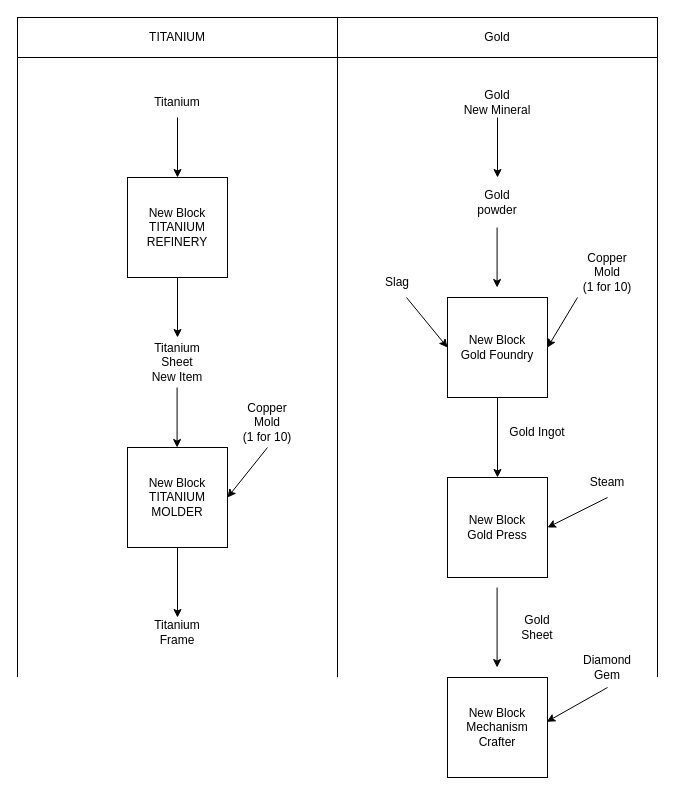
swisscookieman/MindustryMod keeps this draw.io diagram as mindustrymod.drawio. Above is the earlier version. Source tidied: cells renumbered, new cells numbered last; positions are measured from the earlier drawing's top-left corner, leaving out a move shared by most shapes. Both pictures are drawn from the tidied source at 100%, with x=0, y=0 at pixel (17, 17).
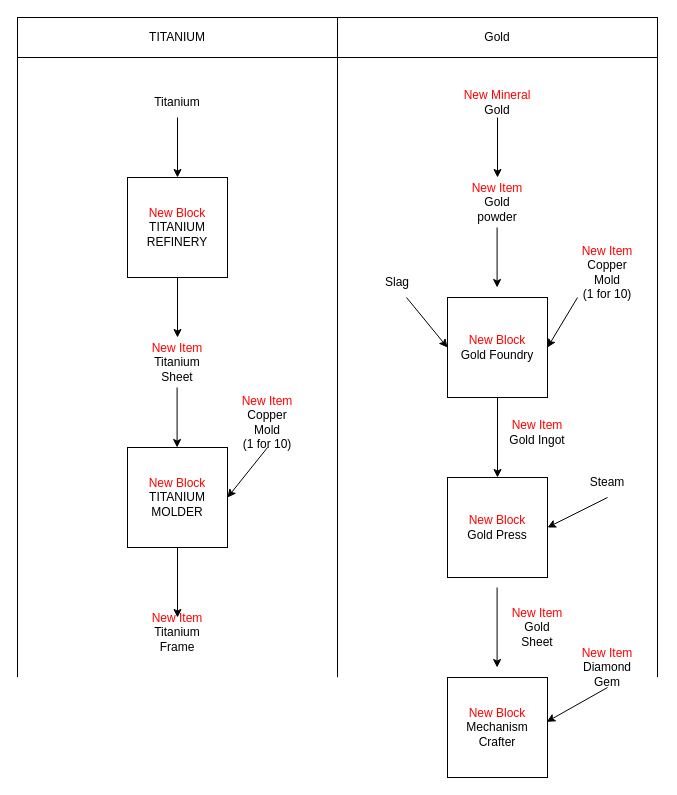
The same page after the edit.

Change to the diagram source:
```diff
@@
-    <mxCell id="7" value="New Block&lt;br&gt;TITANIUM&lt;br&gt;REFINERY" style="rounded=0;whiteSpace=wrap;html=1;" parent="1" vertex="1">
+    <mxCell id="7" value="&lt;font color=&quot;#ff0000&quot;&gt;New Block&lt;/font&gt;&lt;br&gt;TITANIUM&lt;br&gt;REFINERY" style="rounded=0;whiteSpace=wrap;html=1;" parent="1" vertex="1">
       <mxGeometry x="110" y="160" width="100" height="100" as="geometry" />
     </mxCell>
@@
-    <mxCell id="9" value="Titanium Sheet&lt;br&gt;New Item" style="text;html=1;strokeColor=none;fillColor=none;align=center;verticalAlign=middle;whiteSpace=wrap;rounded=0;" parent="1" vertex="1">
+    <mxCell id="9" value="&lt;font color=&quot;#ff0000&quot;&gt;New Item&lt;/font&gt;&lt;br&gt;Titanium Sheet" style="text;html=1;strokeColor=none;fillColor=none;align=center;verticalAlign=middle;whiteSpace=wrap;rounded=0;" parent="1" vertex="1">
       <mxGeometry x="130" y="330" width="60" height="30" as="geometry" />
     </mxCell>
@@
-    <mxCell id="11" value="New Block&lt;br&gt;TITANIUM MOLDER" style="whiteSpace=wrap;html=1;" parent="1" vertex="1">
+    <mxCell id="11" value="&lt;font color=&quot;#ff0000&quot;&gt;New Block&lt;/font&gt;&lt;br&gt;TITANIUM MOLDER" style="whiteSpace=wrap;html=1;" parent="1" vertex="1">
       <mxGeometry x="110" y="430" width="100" height="100" as="geometry" />
     </mxCell>
@@
-    <mxCell id="13" value="Copper Mold&lt;br&gt;(1 for 10)" style="text;html=1;strokeColor=none;fillColor=none;align=center;verticalAlign=middle;whiteSpace=wrap;rounded=0;" parent="1" vertex="1">
+    <mxCell id="13" value="&lt;span style=&quot;color: rgb(255, 0, 0);&quot;&gt;New Item&lt;br&gt;&lt;/span&gt;Copper Mold&lt;br&gt;(1 for 10)" style="text;html=1;strokeColor=none;fillColor=none;align=center;verticalAlign=middle;whiteSpace=wrap;rounded=0;" parent="1" vertex="1">
       <mxGeometry x="220" y="390" width="60" height="30" as="geometry" />
     </mxCell>
@@
-    <mxCell id="15" value="Titanium Frame" style="text;html=1;strokeColor=none;fillColor=none;align=center;verticalAlign=middle;whiteSpace=wrap;rounded=0;" parent="1" vertex="1">
+    <mxCell id="15" value="&lt;span style=&quot;color: rgb(255, 0, 0);&quot;&gt;New Item&lt;br&gt;&lt;/span&gt;Titanium Frame" style="text;html=1;strokeColor=none;fillColor=none;align=center;verticalAlign=middle;whiteSpace=wrap;rounded=0;" parent="1" vertex="1">
       <mxGeometry x="130" y="600" width="60" height="30" as="geometry" />
     </mxCell>
@@
-    <mxCell id="19" value="Gold&lt;br&gt;New Mineral" style="text;html=1;strokeColor=none;fillColor=none;align=center;verticalAlign=middle;whiteSpace=wrap;rounded=0;" parent="1" vertex="1">
+    <mxCell id="19" value="&lt;font color=&quot;#ff0000&quot;&gt;New Mineral&lt;/font&gt;&lt;br&gt;Gold" style="text;html=1;strokeColor=none;fillColor=none;align=center;verticalAlign=middle;whiteSpace=wrap;rounded=0;" parent="1" vertex="1">
       <mxGeometry x="440" y="70" width="80" height="30" as="geometry" />
     </mxCell>
@@
-    <mxCell id="22" value="New Block&lt;br&gt;Gold Foundry" style="whiteSpace=wrap;html=1;" parent="1" vertex="1">
+    <mxCell id="22" value="&lt;font color=&quot;#ff0000&quot;&gt;New Block&lt;/font&gt;&lt;br&gt;Gold Foundry" style="whiteSpace=wrap;html=1;" parent="1" vertex="1">
       <mxGeometry x="430" y="280" width="100" height="100" as="geometry" />
     </mxCell>
-    <mxCell id="23" value="Gold powder" style="text;html=1;strokeColor=none;fillColor=none;align=center;verticalAlign=middle;whiteSpace=wrap;rounded=0;" parent="1" vertex="1">
+    <mxCell id="23" value="&lt;span style=&quot;color: rgb(255, 0, 0);&quot;&gt;New Item&lt;br&gt;&lt;/span&gt;Gold powder" style="text;html=1;strokeColor=none;fillColor=none;align=center;verticalAlign=middle;whiteSpace=wrap;rounded=0;" parent="1" vertex="1">
       <mxGeometry x="450" y="170" width="60" height="30" as="geometry" />
     </mxCell>
@@
-    <mxCell id="25" value="Copper Mold&lt;br&gt;(1 for 10)" style="text;html=1;strokeColor=none;fillColor=none;align=center;verticalAlign=middle;whiteSpace=wrap;rounded=0;" parent="1" vertex="1">
+    <mxCell id="25" value="&lt;span style=&quot;color: rgb(255, 0, 0);&quot;&gt;New Item&lt;br&gt;&lt;/span&gt;Copper Mold&lt;br&gt;(1 for 10)" style="text;html=1;strokeColor=none;fillColor=none;align=center;verticalAlign=middle;whiteSpace=wrap;rounded=0;" parent="1" vertex="1">
       <mxGeometry x="560" y="240" width="60" height="30" as="geometry" />
     </mxCell>
@@
-    <mxCell id="29" value="New Block&lt;br&gt;Gold Press" style="whiteSpace=wrap;html=1;direction=south;" parent="1" vertex="1">
+    <mxCell id="29" value="&lt;font color=&quot;#ff0000&quot;&gt;New Block&lt;/font&gt;&lt;br&gt;Gold Press" style="whiteSpace=wrap;html=1;direction=south;" parent="1" vertex="1">
       <mxGeometry x="430" y="460" width="100" height="100" as="geometry" />
     </mxCell>
-    <mxCell id="30" value="Gold Ingot" style="text;html=1;strokeColor=none;fillColor=none;align=center;verticalAlign=middle;whiteSpace=wrap;rounded=0;" parent="1" vertex="1">
+    <mxCell id="30" value="&lt;span style=&quot;color: rgb(255, 0, 0);&quot;&gt;New Item&lt;br&gt;&lt;/span&gt;Gold Ingot" style="text;html=1;strokeColor=none;fillColor=none;align=center;verticalAlign=middle;whiteSpace=wrap;rounded=0;" parent="1" vertex="1">
       <mxGeometry x="490" y="400" width="60" height="30" as="geometry" />
     </mxCell>
@@
-    <mxCell id="34" value="Gold Sheet" style="text;html=1;strokeColor=none;fillColor=none;align=center;verticalAlign=middle;whiteSpace=wrap;rounded=0;" parent="1" vertex="1">
+    <mxCell id="34" value="&lt;span style=&quot;color: rgb(255, 0, 0);&quot;&gt;New Item&lt;br&gt;&lt;/span&gt;Gold Sheet" style="text;html=1;strokeColor=none;fillColor=none;align=center;verticalAlign=middle;whiteSpace=wrap;rounded=0;" parent="1" vertex="1">
       <mxGeometry x="490" y="600" width="60" height="20" as="geometry" />
     </mxCell>
-    <mxCell id="35" value="New Block&lt;br&gt;Mechanism Crafter" style="whiteSpace=wrap;html=1;direction=south;" parent="1" vertex="1">
+    <mxCell id="35" value="&lt;font color=&quot;#ff0000&quot;&gt;New Block&lt;/font&gt;&lt;br&gt;Mechanism Crafter" style="whiteSpace=wrap;html=1;direction=south;" parent="1" vertex="1">
       <mxGeometry x="430" y="660" width="100" height="100" as="geometry" />
     </mxCell>
-    <mxCell id="36" value="Diamond Gem" style="text;html=1;strokeColor=none;fillColor=none;align=center;verticalAlign=middle;whiteSpace=wrap;rounded=0;" parent="1" vertex="1">
+    <mxCell id="36" value="&lt;span style=&quot;color: rgb(255, 0, 0);&quot;&gt;New Item&lt;/span&gt;&lt;br&gt;Diamond Gem" style="text;html=1;strokeColor=none;fillColor=none;align=center;verticalAlign=middle;whiteSpace=wrap;rounded=0;" parent="1" vertex="1">
       <mxGeometry x="560" y="640" width="60" height="20" as="geometry" />
     </mxCell>
```
